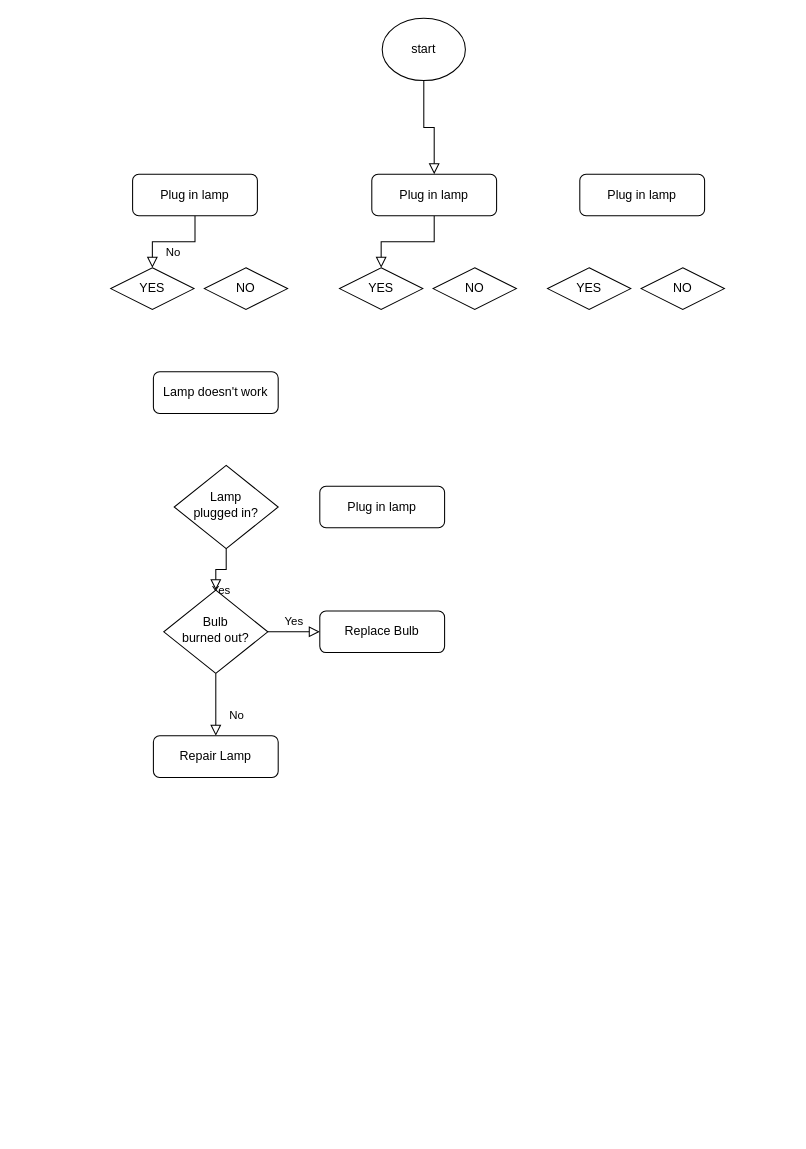
Earlier version of the draw.io diagram src/제목 없는 다이어그램.drawio (k295-Java-semi/java-mini). Source tidied: cells renumbered, new cells numbered last; positions are measured from the earlier drawing's top-left corner, leaving out a move shared by most shapes. Both pictures are drawn from the tidied source at 104%, with x=0, y=0 at pixel (110, 18).
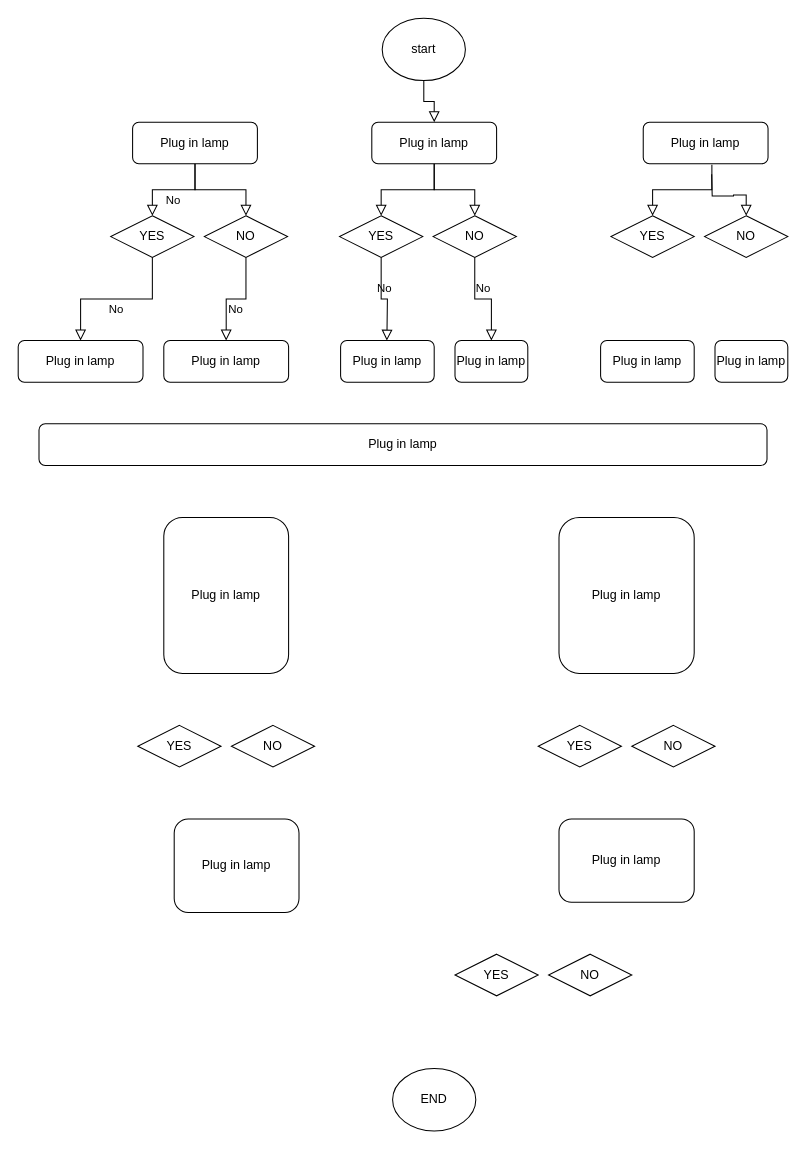
After the change.

The change refers to these unchanged cells:
```xml
<mxCell id="13" value="start" style="ellipse;whiteSpace=wrap;html=1;" parent="1" vertex="1">
  <mxGeometry x="261" width="80" height="60" as="geometry" />
</mxCell>
```

The edit, as a diff of the source:
```diff
@@
-    <mxCell id="3" value="Lamp doesn't work" style="rounded=1;whiteSpace=wrap;html=1;fontSize=12;glass=0;strokeWidth=1;shadow=0;" parent="1" vertex="1">
-      <mxGeometry x="41" y="340" width="120" height="40" as="geometry" />
-    </mxCell>
-    <mxCell id="4" value="Yes" style="rounded=0;html=1;jettySize=auto;fontSize=11;endArrow=block;endFill=0;endSize=8;strokeWidth=1;shadow=0;labelBackgroundColor=none;edgeStyle=orthogonalEdgeStyle;" parent="1" edge="1" source="6" target="10">
-      <mxGeometry y="20" relative="1" as="geometry" />
-    </mxCell>
@@
-    <mxCell id="6" value="Lamp&lt;br&gt;plugged in?" style="rhombus;whiteSpace=wrap;html=1;shadow=0;fontFamily=Helvetica;fontSize=12;align=center;strokeWidth=1;spacing=6;spacingTop=-4;" parent="1" vertex="1">
-      <mxGeometry x="61" y="430" width="100" height="80" as="geometry" />
-    </mxCell>
     <mxCell id="7" value="Plug in lamp" style="rounded=1;whiteSpace=wrap;html=1;fontSize=12;glass=0;strokeWidth=1;shadow=0;" parent="1" vertex="1">
-      <mxGeometry x="201" y="450" width="120" height="40" as="geometry" />
+      <mxGeometry x="-89" y="310" width="120" height="40" as="geometry" />
     </mxCell>
-    <mxCell id="8" value="No" style="rounded=0;html=1;jettySize=auto;fontSize=11;endArrow=block;endFill=0;endSize=8;strokeWidth=1;shadow=0;labelBackgroundColor=none;edgeStyle=orthogonalEdgeStyle;" parent="1" edge="1" source="10" target="11">
-      <mxGeometry x="0.33" y="20" relative="1" as="geometry" />
-    </mxCell>
-    <mxCell id="9" value="Yes" style="edgeStyle=orthogonalEdgeStyle;rounded=0;html=1;jettySize=auto;fontSize=11;endArrow=block;endFill=0;endSize=8;strokeWidth=1;shadow=0;labelBackgroundColor=none;" parent="1" edge="1" source="10" target="12">
-      <mxGeometry y="10" relative="1" as="geometry" />
-    </mxCell>
-    <mxCell id="10" value="Bulb&lt;br&gt;burned out?" style="rhombus;whiteSpace=wrap;html=1;shadow=0;fontFamily=Helvetica;fontSize=12;align=center;strokeWidth=1;spacing=6;spacingTop=-4;" parent="1" vertex="1">
-      <mxGeometry x="51" y="550" width="100" height="80" as="geometry" />
-    </mxCell>
-    <mxCell id="11" value="Repair Lamp" style="rounded=1;whiteSpace=wrap;html=1;fontSize=12;glass=0;strokeWidth=1;shadow=0;" parent="1" vertex="1">
-      <mxGeometry x="41" y="690" width="120" height="40" as="geometry" />
-    </mxCell>
-    <mxCell id="12" value="Replace Bulb" style="rounded=1;whiteSpace=wrap;html=1;fontSize=12;glass=0;strokeWidth=1;shadow=0;" parent="1" vertex="1">
-      <mxGeometry x="201" y="570" width="120" height="40" as="geometry" />
-    </mxCell>
@@
     <mxCell id="14" value="Plug in lamp" style="rounded=1;whiteSpace=wrap;html=1;fontSize=12;glass=0;strokeWidth=1;shadow=0;" parent="1" vertex="1">
-      <mxGeometry x="21" y="150" width="120" height="40" as="geometry" />
+      <mxGeometry x="21" y="100" width="120" height="40" as="geometry" />
     </mxCell>
     <mxCell id="15" value="Plug in lamp" style="rounded=1;whiteSpace=wrap;html=1;fontSize=12;glass=0;strokeWidth=1;shadow=0;" parent="1" vertex="1">
-      <mxGeometry x="251" y="150" width="120" height="40" as="geometry" />
+      <mxGeometry x="251" y="100" width="120" height="40" as="geometry" />
     </mxCell>
     <mxCell id="16" value="Plug in lamp" style="rounded=1;whiteSpace=wrap;html=1;fontSize=12;glass=0;strokeWidth=1;shadow=0;" parent="1" vertex="1">
-      <mxGeometry x="451" y="150" width="120" height="40" as="geometry" />
+      <mxGeometry x="512" y="100" width="120" height="40" as="geometry" />
     </mxCell>
-    <mxCell id="17" style="group;" parent="1" vertex="1">
-      <mxGeometry y="240" width="590" height="40" as="geometry" />
-    </mxCell>
+    <mxCell id="24" style="rounded=0;html=1;jettySize=auto;fontSize=11;endArrow=block;endFill=0;endSize=8;strokeWidth=1;shadow=0;labelBackgroundColor=none;edgeStyle=orthogonalEdgeStyle;entryX=0.5;entryY=0;entryDx=0;entryDy=0;" parent="1" edge="1" source="13" target="15">
+      <mxGeometry relative="1" as="geometry" />
+    </mxCell>
+    <mxCell id="25" value="Plug in lamp" style="rounded=1;whiteSpace=wrap;html=1;fontSize=12;glass=0;strokeWidth=1;shadow=0;" parent="1" vertex="1">
+      <mxGeometry x="51" y="310" width="120" height="40" as="geometry" />
+    </mxCell>
+    <mxCell id="26" value="Plug in lamp" style="rounded=1;whiteSpace=wrap;html=1;fontSize=12;glass=0;strokeWidth=1;shadow=0;" parent="1" vertex="1">
+      <mxGeometry x="331" y="310" width="70" height="40" as="geometry" />
+    </mxCell>
+    <mxCell id="27" value="Plug in lamp" style="rounded=1;whiteSpace=wrap;html=1;fontSize=12;glass=0;strokeWidth=1;shadow=0;" parent="1" vertex="1">
+      <mxGeometry x="221" y="310" width="90" height="40" as="geometry" />
+    </mxCell>
+    <mxCell id="28" value="Plug in lamp" style="rounded=1;whiteSpace=wrap;html=1;fontSize=12;glass=0;strokeWidth=1;shadow=0;" parent="1" vertex="1">
+      <mxGeometry x="581" y="310" width="70" height="40" as="geometry" />
+    </mxCell>
+    <mxCell id="29" value="Plug in lamp" style="rounded=1;whiteSpace=wrap;html=1;fontSize=12;glass=0;strokeWidth=1;shadow=0;" parent="1" vertex="1">
+      <mxGeometry x="471" y="310" width="90" height="40" as="geometry" />
+    </mxCell>
-    <mxCell id="18" value="YES" style="rhombus;whiteSpace=wrap;html=1;" parent="17" vertex="1">
-      <mxGeometry width="80" height="40" as="geometry" />
+    <mxCell id="18" value="YES" style="rhombus;whiteSpace=wrap;html=1;" parent="1" vertex="1">
+      <mxGeometry y="190" width="80" height="40" as="geometry" />
     </mxCell>
-    <mxCell id="19" value="NO" style="rhombus;whiteSpace=wrap;html=1;" parent="17" vertex="1">
-      <mxGeometry x="90" width="80" height="40" as="geometry" />
+    <mxCell id="19" value="NO" style="rhombus;whiteSpace=wrap;html=1;" parent="1" vertex="1">
+      <mxGeometry x="90" y="190" width="80" height="40" as="geometry" />
     </mxCell>
-    <mxCell id="20" value="YES" style="rhombus;whiteSpace=wrap;html=1;" parent="17" vertex="1">
-      <mxGeometry x="220" width="80" height="40" as="geometry" />
+    <mxCell id="20" value="YES" style="rhombus;whiteSpace=wrap;html=1;" parent="1" vertex="1">
+      <mxGeometry x="220" y="190" width="80" height="40" as="geometry" />
     </mxCell>
-    <mxCell id="21" value="NO" style="rhombus;whiteSpace=wrap;html=1;" parent="17" vertex="1">
-      <mxGeometry x="310" width="80" height="40" as="geometry" />
+    <mxCell id="21" value="NO" style="rhombus;whiteSpace=wrap;html=1;" parent="1" vertex="1">
+      <mxGeometry x="310" y="190" width="80" height="40" as="geometry" />
     </mxCell>
-    <mxCell id="22" value="YES" style="rhombus;whiteSpace=wrap;html=1;" parent="17" vertex="1">
-      <mxGeometry x="420" width="80" height="40" as="geometry" />
+    <mxCell id="22" value="YES" style="rhombus;whiteSpace=wrap;html=1;" parent="1" vertex="1">
+      <mxGeometry x="481" y="190" width="80" height="40" as="geometry" />
     </mxCell>
-    <mxCell id="23" value="NO" style="rhombus;whiteSpace=wrap;html=1;" parent="17" vertex="1">
-      <mxGeometry x="510" width="80" height="40" as="geometry" />
+    <mxCell id="23" value="NO" style="rhombus;whiteSpace=wrap;html=1;" parent="1" vertex="1">
+      <mxGeometry x="571" y="190" width="80" height="40" as="geometry" />
     </mxCell>
-    <mxCell id="24" style="rounded=0;html=1;jettySize=auto;fontSize=11;endArrow=block;endFill=0;endSize=8;strokeWidth=1;shadow=0;labelBackgroundColor=none;edgeStyle=orthogonalEdgeStyle;entryX=0.5;entryY=0;entryDx=0;entryDy=0;" parent="1" edge="1" source="13" target="15">
-      <mxGeometry relative="1" as="geometry" />
-    </mxCell>
+    <mxCell id="30" value="Plug in lamp" style="rounded=1;whiteSpace=wrap;html=1;fontSize=12;glass=0;strokeWidth=1;shadow=0;" parent="1" vertex="1">
+      <mxGeometry x="-69" y="390" width="700" height="40" as="geometry" />
+    </mxCell>
+    <mxCell id="31" value="Plug in lamp" style="rounded=1;whiteSpace=wrap;html=1;fontSize=12;glass=0;strokeWidth=1;shadow=0;" parent="1" vertex="1">
+      <mxGeometry x="51" y="480" width="120" height="150" as="geometry" />
+    </mxCell>
+    <mxCell id="32" value="Plug in lamp" style="rounded=1;whiteSpace=wrap;html=1;fontSize=12;glass=0;strokeWidth=1;shadow=0;" parent="1" vertex="1">
+      <mxGeometry x="431" y="480" width="130" height="150" as="geometry" />
+    </mxCell>
+    <mxCell id="33" value="YES" style="rhombus;whiteSpace=wrap;html=1;" parent="1" vertex="1">
+      <mxGeometry x="26" y="680" width="80" height="40" as="geometry" />
+    </mxCell>
+    <mxCell id="34" value="NO" style="rhombus;whiteSpace=wrap;html=1;" parent="1" vertex="1">
+      <mxGeometry x="116" y="680" width="80" height="40" as="geometry" />
+    </mxCell>
+    <mxCell id="35" value="YES" style="rhombus;whiteSpace=wrap;html=1;" parent="1" vertex="1">
+      <mxGeometry x="411" y="680" width="80" height="40" as="geometry" />
+    </mxCell>
+    <mxCell id="36" value="NO" style="rhombus;whiteSpace=wrap;html=1;" parent="1" vertex="1">
+      <mxGeometry x="501" y="680" width="80" height="40" as="geometry" />
+    </mxCell>
+    <mxCell id="37" value="Plug in lamp" style="rounded=1;whiteSpace=wrap;html=1;fontSize=12;glass=0;strokeWidth=1;shadow=0;" parent="1" vertex="1">
+      <mxGeometry x="61" y="770" width="120" height="90" as="geometry" />
+    </mxCell>
+    <mxCell id="38" value="Plug in lamp" style="rounded=1;whiteSpace=wrap;html=1;fontSize=12;glass=0;strokeWidth=1;shadow=0;" parent="1" vertex="1">
+      <mxGeometry x="431" y="770" width="130" height="80" as="geometry" />
+    </mxCell>
+    <mxCell id="39" value="YES" style="rhombus;whiteSpace=wrap;html=1;" parent="1" vertex="1">
+      <mxGeometry x="331" y="900" width="80" height="40" as="geometry" />
+    </mxCell>
+    <mxCell id="40" value="NO" style="rhombus;whiteSpace=wrap;html=1;" parent="1" vertex="1">
+      <mxGeometry x="421" y="900" width="80" height="40" as="geometry" />
+    </mxCell>
+    <mxCell id="41" value="END" style="ellipse;whiteSpace=wrap;html=1;" parent="1" vertex="1">
+      <mxGeometry x="271" y="1010" width="80" height="60" as="geometry" />
+    </mxCell>
+    <mxCell id="42" value="No" style="edgeStyle=orthogonalEdgeStyle;rounded=0;html=1;jettySize=auto;fontSize=11;endArrow=block;endFill=0;endSize=8;strokeWidth=1;shadow=0;labelBackgroundColor=none;exitX=0.5;exitY=1;exitDx=0;exitDy=0;entryX=0.5;entryY=0;entryDx=0;entryDy=0;" parent="1" edge="1" source="18" target="7">
+      <mxGeometry y="10" relative="1" as="geometry" />
+    </mxCell>
+    <mxCell id="43" value="No" style="edgeStyle=orthogonalEdgeStyle;rounded=0;html=1;jettySize=auto;fontSize=11;endArrow=block;endFill=0;endSize=8;strokeWidth=1;shadow=0;labelBackgroundColor=none;exitX=0.5;exitY=1;exitDx=0;exitDy=0;entryX=0.5;entryY=0;entryDx=0;entryDy=0;" parent="1" edge="1" source="19" target="25">
+      <mxGeometry y="10" relative="1" as="geometry">
+        <Array as="points">
+          <mxPoint x="130" y="270" />
+          <mxPoint x="111" y="270" />
+        </Array>
+      </mxGeometry>
+    </mxCell>
+    <mxCell id="44" value="No" style="edgeStyle=orthogonalEdgeStyle;rounded=0;html=1;jettySize=auto;fontSize=11;endArrow=block;endFill=0;endSize=8;strokeWidth=1;shadow=0;labelBackgroundColor=none;exitX=0.5;exitY=1;exitDx=0;exitDy=0;entryX=0.5;entryY=0;entryDx=0;entryDy=0;" parent="1" edge="1" source="21" target="26">
+      <mxGeometry y="10" relative="1" as="geometry" />
+    </mxCell>
+    <mxCell id="45" value="No" style="edgeStyle=orthogonalEdgeStyle;rounded=0;html=1;jettySize=auto;fontSize=11;endArrow=block;endFill=0;endSize=8;strokeWidth=1;shadow=0;labelBackgroundColor=none;entryX=0.5;entryY=0;entryDx=0;entryDy=0;" parent="1" edge="1" source="20">
+      <mxGeometry y="10" relative="1" as="geometry">
+        <mxPoint x="265.5" y="310" as="targetPoint" />
+      </mxGeometry>
+    </mxCell>
+    <mxCell id="46" style="rounded=0;html=1;jettySize=auto;fontSize=11;endArrow=block;endFill=0;endSize=8;strokeWidth=1;shadow=0;labelBackgroundColor=none;edgeStyle=orthogonalEdgeStyle;exitX=0.5;exitY=1;exitDx=0;exitDy=0;entryX=0.5;entryY=0;entryDx=0;entryDy=0;" parent="1" edge="1" source="15" target="21">
+      <mxGeometry relative="1" as="geometry" />
+    </mxCell>
+    <mxCell id="47" style="rounded=0;html=1;jettySize=auto;fontSize=11;endArrow=block;endFill=0;endSize=8;strokeWidth=1;shadow=0;labelBackgroundColor=none;edgeStyle=orthogonalEdgeStyle;exitX=0.5;exitY=1;exitDx=0;exitDy=0;" parent="1" edge="1" source="14" target="19">
+      <mxGeometry relative="1" as="geometry" />
+    </mxCell>
+    <mxCell id="48" style="rounded=0;html=1;jettySize=auto;fontSize=11;endArrow=block;endFill=0;endSize=8;strokeWidth=1;shadow=0;labelBackgroundColor=none;edgeStyle=orthogonalEdgeStyle;exitX=0.55;exitY=1.02;exitDx=0;exitDy=0;entryX=0.5;entryY=0;entryDx=0;entryDy=0;exitPerimeter=0;" parent="1" edge="1" source="16" target="22">
+      <mxGeometry relative="1" as="geometry" />
+    </mxCell>
+    <mxCell id="49" style="rounded=0;html=1;jettySize=auto;fontSize=11;endArrow=block;endFill=0;endSize=8;strokeWidth=1;shadow=0;labelBackgroundColor=none;edgeStyle=orthogonalEdgeStyle;exitX=0.5;exitY=1;exitDx=0;exitDy=0;entryX=0.5;entryY=0;entryDx=0;entryDy=0;" parent="1" edge="1" target="23">
+      <mxGeometry relative="1" as="geometry">
+        <mxPoint x="577.8" y="150" as="sourcePoint" />
+      </mxGeometry>
+    </mxCell>
```
